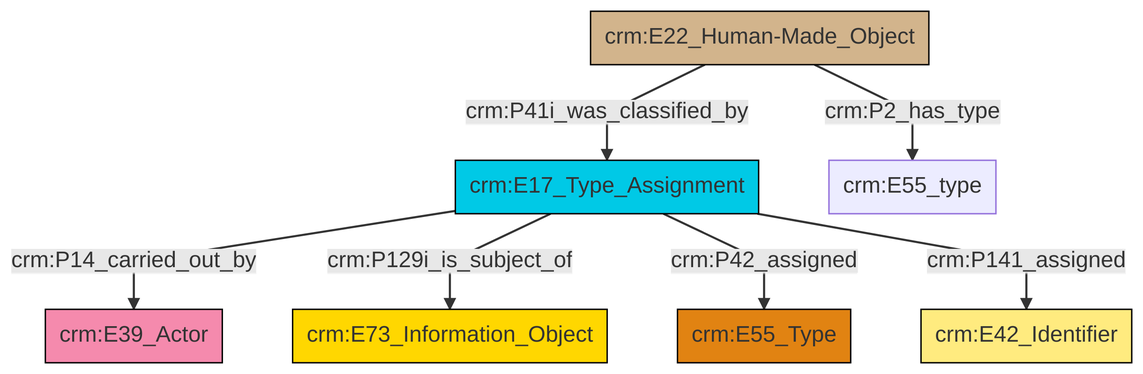
Earlier version of the Mermaid export et/builtWorkCSV/ttl/mmd/png/Built_Work_designation_status.png (swiss-art-research-net/docs.swissartresearch). Its source is kept beside it as et/builtWorkCSV/ttl/mmd/Built_Work_designation_status.ttl.mmd.
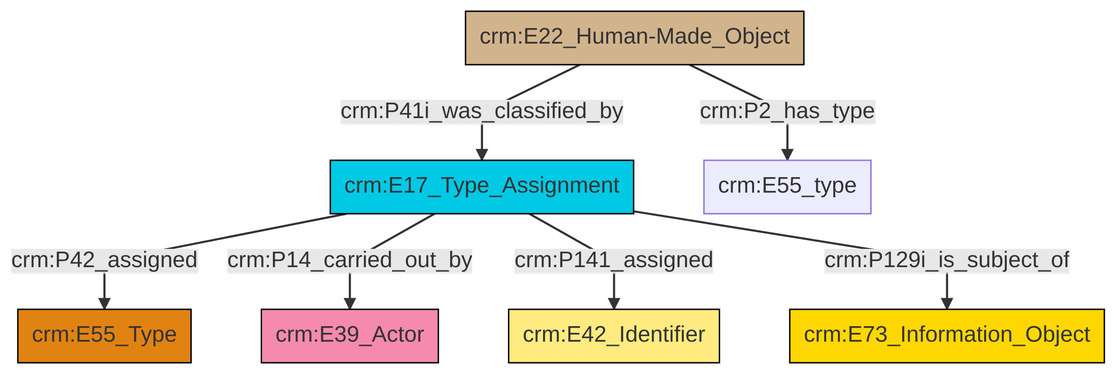
Above is the later version.

The edit, as a diff of the source:
```diff
@@ -13,9 +13,9 @@
 classDef PC_Classes fill:#4ce600, stroke:#000000;
 classDef Multi fill:#cccccc,stroke:#000000;
 
-0["crm:E22_Human-Made_Object"]:::Physical_Thing -->|crm:P41i_was_classified_by| 1["crm:E17_Type_Assignment"]:::Temporal_Entity
-1["crm:E17_Type_Assignment"]:::Temporal_Entity -->|crm:P14_carried_out_by| 2["crm:E39_Actor"]:::Actor
-1["crm:E17_Type_Assignment"]:::Temporal_Entity -->|crm:P129i_is_subject_of| 3["crm:E73_Information_Object"]:::Conceptual_Object
-0["crm:E22_Human-Made_Object"]:::Physical_Thing -->|crm:P2_has_type| 9["crm:E55_type"]:::Default
-1["crm:E17_Type_Assignment"]:::Temporal_Entity -->|crm:P42_assigned| 7["crm:E55_Type"]:::Type
-1["crm:E17_Type_Assignment"]:::Temporal_Entity -->|crm:P141_assigned| 4["crm:E42_Identifier"]:::Appellation
+2["crm:E17_Type_Assignment"]:::Temporal_Entity -->|crm:P42_assigned| 3["crm:E55_Type"]:::Type
+4["crm:E22_Human-Made_Object"]:::Physical_Thing -->|crm:P41i_was_classified_by| 2["crm:E17_Type_Assignment"]:::Temporal_Entity
+4["crm:E22_Human-Made_Object"]:::Physical_Thing -->|crm:P2_has_type| 7["crm:E55_type"]:::Default
+2["crm:E17_Type_Assignment"]:::Temporal_Entity -->|crm:P14_carried_out_by| 8["crm:E39_Actor"]:::Actor
+2["crm:E17_Type_Assignment"]:::Temporal_Entity -->|crm:P141_assigned| 0["crm:E42_Identifier"]:::Appellation
+2["crm:E17_Type_Assignment"]:::Temporal_Entity -->|crm:P129i_is_subject_of| 13["crm:E73_Information_Object"]:::Conceptual_Object
```
